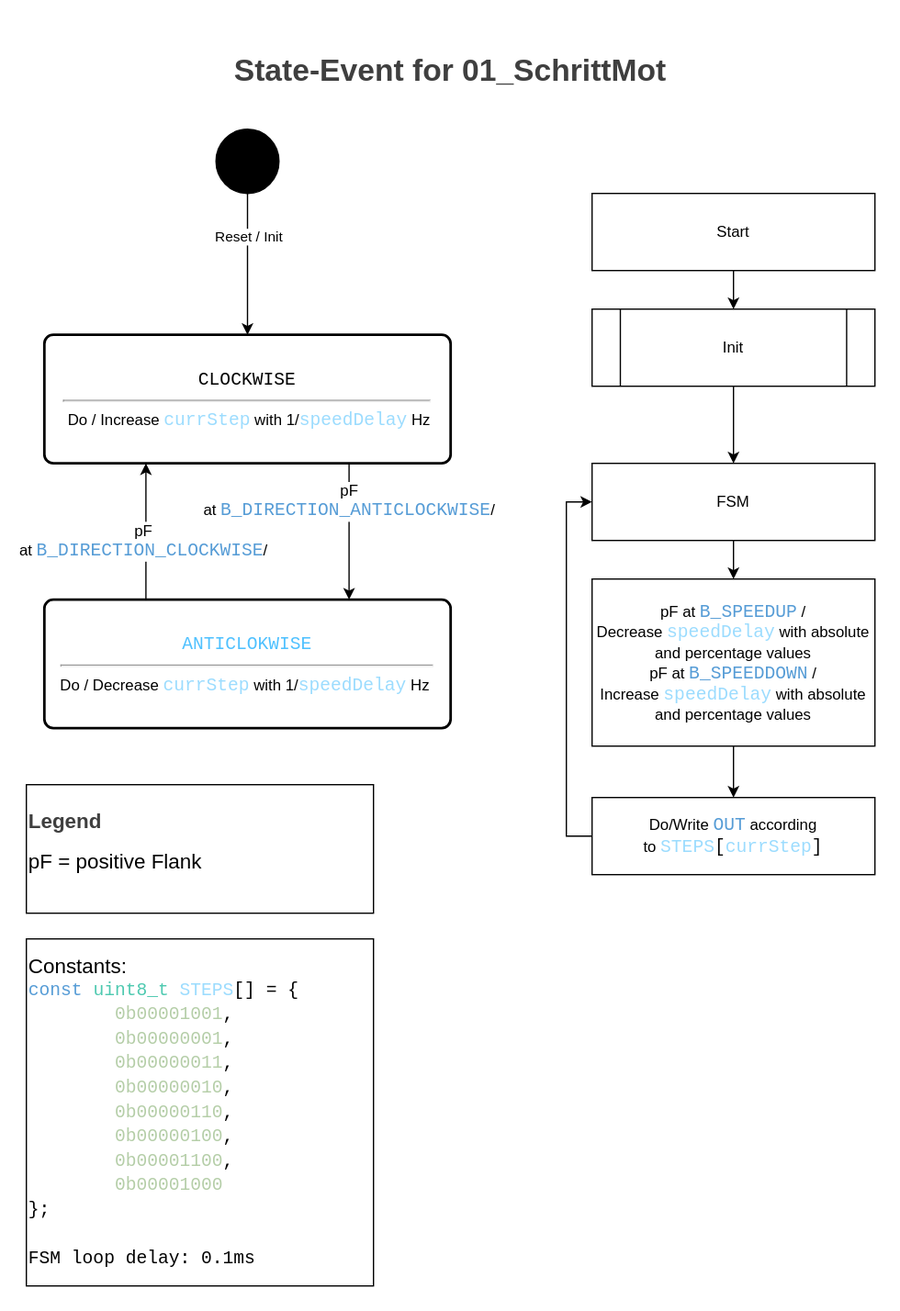
ml3rc/01_SchrittMot keeps this draw.io diagram as readme/State-Event.svg. Above is the earlier version. Source tidied: cells renumbered, new cells last; positions are measured from the earlier drawing's top-left corner, leaving out a move shared by most shapes.
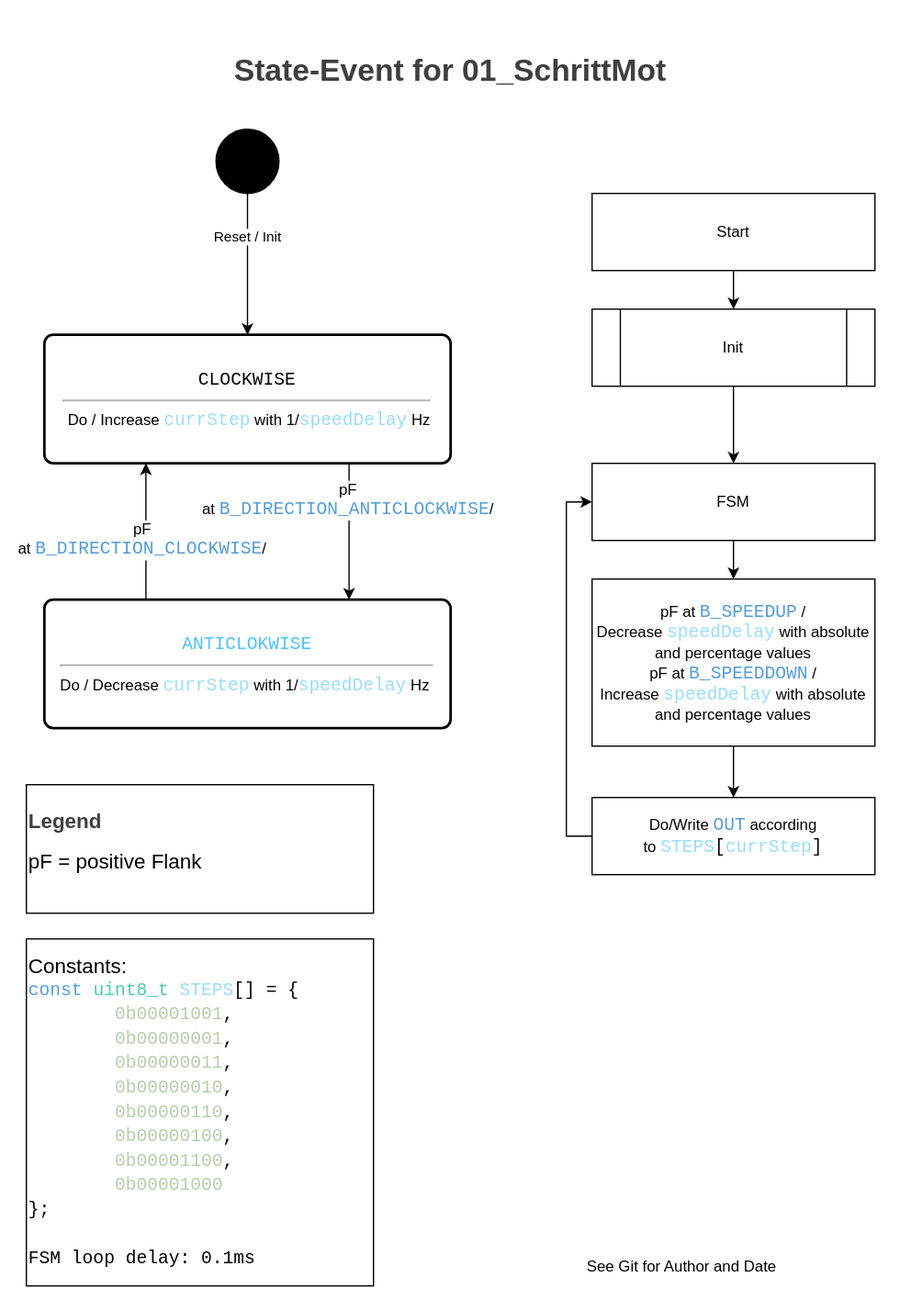
Later version of the same file.

Diff of the diagram source:
```diff
@@ -80,5 +80,8 @@
     <mxCell id="25" style="edgeStyle=orthogonalEdgeStyle;rounded=0;jettySize=auto;html=1;exitX=0.5;exitY=1;exitDx=0;exitDy=0;entryX=0.5;entryY=0;entryDx=0;entryDy=0;" parent="1" edge="1" source="18" target="20">
       <mxGeometry relative="1" as="geometry" />
     </mxCell>
+    <mxCell id="26" value="See Git for Author and Date" style="text;html=1;align=center;verticalAlign=middle;whiteSpace=wrap;rounded=0;" parent="1" vertex="1">
+      <mxGeometry x="430" y="970" width="200" height="30" as="geometry" />
+    </mxCell>
   </root>
 </mxGraphModel>
```
